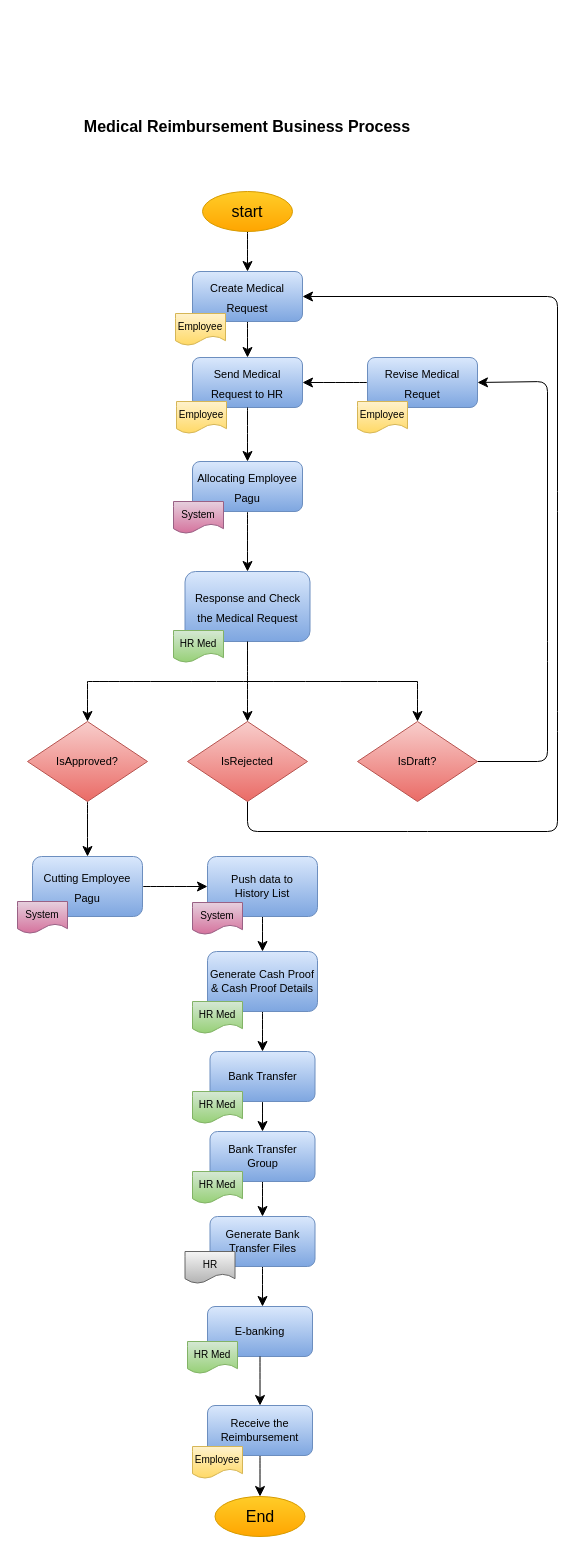
The draw.io diagram Medical Reimbursement.drawio in jezreelkosasih/diagram, before the edit. Source tidied: cells renumbered, new cells numbered last; positions are measured from the earlier drawing's top-left corner, leaving out a move shared by most shapes. Both pictures are drawn from the tidied source at 100%, with x=0, y=0 at pixel (17, 111).
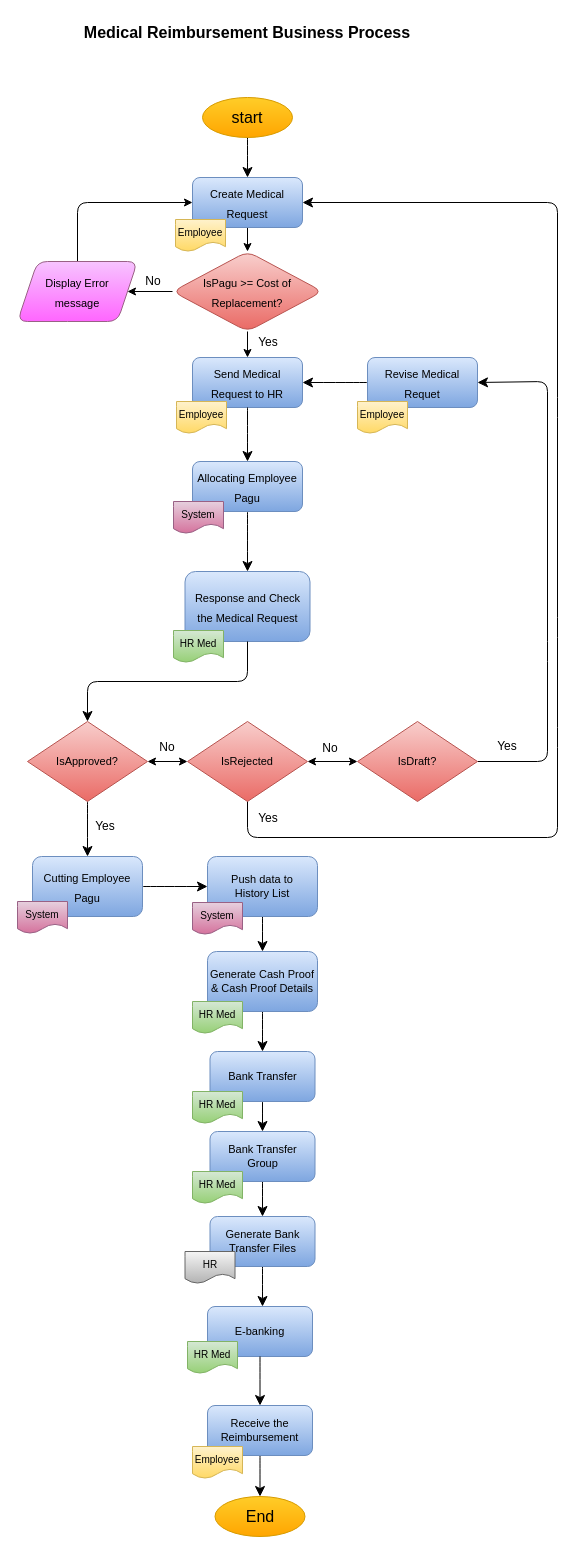
The same page after the edit.

Unchanged cells that the change refers to:
```xml
<mxCell id="9" value="&lt;font style=&quot;font-size: 11px;&quot;&gt;Send Medical Request to HR&lt;/font&gt;" style="rounded=1;whiteSpace=wrap;html=1;fontSize=16;fillColor=#dae8fc;gradientColor=#7ea6e0;strokeColor=#6c8ebf;" parent="1" vertex="1">
  <mxGeometry x="175" y="246" width="110" height="50" as="geometry" />
</mxCell>
<mxCell id="11" value="&lt;span style=&quot;font-size: 11px;&quot;&gt;Response and Check the Medical Request&lt;/span&gt;" style="rounded=1;whiteSpace=wrap;html=1;fontSize=16;fillColor=#dae8fc;gradientColor=#7ea6e0;strokeColor=#6c8ebf;" parent="1" vertex="1">
  <mxGeometry x="167.5" y="460" width="125" height="70" as="geometry" />
</mxCell>
<mxCell id="14" value="IsApproved?" style="rhombus;whiteSpace=wrap;html=1;fontSize=11;fillColor=#f8cecc;gradientColor=#ea6b66;strokeColor=#b85450;" parent="1" vertex="1">
  <mxGeometry x="10" y="610" width="120" height="80" as="geometry" />
</mxCell>
<mxCell id="16" value="IsRejected" style="rhombus;whiteSpace=wrap;html=1;fontSize=11;fillColor=#f8cecc;gradientColor=#ea6b66;strokeColor=#b85450;" parent="1" vertex="1">
  <mxGeometry x="170" y="610" width="120" height="80" as="geometry" />
</mxCell>
<mxCell id="18" value="IsDraft?" style="rhombus;whiteSpace=wrap;html=1;fontSize=11;fillColor=#f8cecc;gradientColor=#ea6b66;strokeColor=#b85450;" parent="1" vertex="1">
  <mxGeometry x="340" y="610" width="120" height="80" as="geometry" />
</mxCell>
```

What changed in the source:
```diff
@@
     <mxCell id="2" style="edgeStyle=none;curved=1;rounded=0;jettySize=auto;html=1;entryX=0.5;entryY=0;entryDx=0;entryDy=0;fontSize=12;startSize=8;endSize=8;" parent="1" edge="1" source="3">
       <mxGeometry relative="1" as="geometry">
-        <mxPoint x="230" y="160" as="targetPoint" />
+        <mxPoint x="230" y="66" as="targetPoint" />
       </mxGeometry>
     </mxCell>
     <mxCell id="3" value="start" style="ellipse;whiteSpace=wrap;html=1;fontSize=16;fillColor=#ffcd28;gradientColor=#ffa500;strokeColor=#d79b00;" parent="1" vertex="1">
-      <mxGeometry x="185" y="80" width="90" height="40" as="geometry" />
+      <mxGeometry x="185" y="-14" width="90" height="40" as="geometry" />
     </mxCell>
     <mxCell id="4" value="Medical Reimbursement Business Process" style="text;html=1;strokeColor=none;fillColor=none;align=center;verticalAlign=middle;whiteSpace=wrap;rounded=0;fontSize=16;fontStyle=1;" parent="1" vertex="1">
-      <mxGeometry x="65" width="330" height="30" as="geometry" />
+      <mxGeometry x="65" y="-94" width="330" height="30" as="geometry" />
     </mxCell>
-    <mxCell id="5" style="edgeStyle=none;curved=1;rounded=0;jettySize=auto;html=1;entryX=0.5;entryY=0;entryDx=0;entryDy=0;fontSize=12;startSize=8;endSize=8;" parent="1" edge="1" source="6" target="9">
-      <mxGeometry relative="1" as="geometry" />
-    </mxCell>
+    <mxCell id="55" style="edgeStyle=orthogonalEdgeStyle;rounded=0;jettySize=auto;html=1;" parent="1" edge="1" source="6" target="65">
+      <mxGeometry relative="1" as="geometry" />
+    </mxCell>
     <mxCell id="6" value="&lt;font style=&quot;font-size: 11px;&quot;&gt;Create Medical Request&lt;/font&gt;" style="rounded=1;whiteSpace=wrap;html=1;fontSize=16;fillColor=#dae8fc;gradientColor=#7ea6e0;strokeColor=#6c8ebf;" parent="1" vertex="1">
-      <mxGeometry x="175" y="160" width="110" height="50" as="geometry" />
+      <mxGeometry x="175" y="66" width="110" height="50" as="geometry" />
     </mxCell>
     <mxCell id="7" value="&lt;font size=&quot;1&quot;&gt;Employee&lt;/font&gt;" style="shape=document;whiteSpace=wrap;html=1;boundedLbl=1;fontSize=16;fillColor=#fff2cc;gradientColor=#ffd966;strokeColor=#d6b656;" parent="1" vertex="1">
-      <mxGeometry x="158" y="202" width="50" height="32" as="geometry" />
+      <mxGeometry x="158" y="108" width="50" height="32" as="geometry" />
     </mxCell>
@@
+    <mxCell id="56" style="edgeStyle=orthogonalEdgeStyle;rounded=0;jettySize=auto;html=1;startArrow=classic;startFill=1;" parent="1" edge="1" source="14" target="16">
+      <mxGeometry relative="1" as="geometry" />
+    </mxCell>
@@
     <mxCell id="15" style="edgeStyle=none;rounded=1;jettySize=auto;html=1;entryX=1;entryY=0.5;entryDx=0;entryDy=0;fontSize=12;startSize=8;endSize=8;" parent="1" edge="1" source="16" target="6">
       <mxGeometry relative="1" as="geometry">
         <Array as="points">
-          <mxPoint x="230" y="610" />
-          <mxPoint x="230" y="720" />
-          <mxPoint x="400" y="720" />
-          <mxPoint x="540" y="720" />
-          <mxPoint x="540" y="610" />
-          <mxPoint x="540" y="390" />
-          <mxPoint x="540" y="185" />
+          <mxPoint x="230" y="686" />
+          <mxPoint x="230" y="626" />
+          <mxPoint x="230" y="726" />
+          <mxPoint x="540" y="726" />
+          <mxPoint x="540" y="626" />
+          <mxPoint x="540" y="516" />
+          <mxPoint x="540" y="296" />
+          <mxPoint x="540" y="91" />
         </Array>
       </mxGeometry>
     </mxCell>
+    <mxCell id="57" style="edgeStyle=orthogonalEdgeStyle;rounded=0;jettySize=auto;html=1;startArrow=classic;startFill=1;" parent="1" edge="1" source="16" target="18">
+      <mxGeometry relative="1" as="geometry" />
+    </mxCell>
@@
-    <mxCell id="19" style="endArrow=none;html=1;rounded=0;fontSize=12;startSize=8;endSize=8;curved=1;" parent="1" edge="1">
-      <mxGeometry relative="1" as="geometry">
-        <mxPoint x="70" y="570" as="sourcePoint" />
-        <mxPoint x="400" y="570" as="targetPoint" />
-      </mxGeometry>
-    </mxCell>
-    <mxCell id="20" style="endArrow=none;html=1;rounded=0;fontSize=12;startSize=8;endSize=8;curved=1;entryX=0.5;entryY=1;entryDx=0;entryDy=0;" parent="1" edge="1" target="11">
-      <mxGeometry relative="1" as="geometry">
-        <mxPoint x="230" y="570" as="sourcePoint" />
-      </mxGeometry>
-    </mxCell>
-    <mxCell id="21" style="endArrow=classic;html=1;rounded=0;fontSize=12;startSize=8;endSize=8;curved=1;entryX=0.5;entryY=0;entryDx=0;entryDy=0;" parent="1" edge="1" target="14">
-      <mxGeometry relative="1" as="geometry">
-        <mxPoint x="70" y="570" as="sourcePoint" />
-      </mxGeometry>
-    </mxCell>
-    <mxCell id="22" style="endArrow=classic;html=1;rounded=0;fontSize=12;startSize=8;endSize=8;curved=1;entryX=0.5;entryY=0;entryDx=0;entryDy=0;" parent="1" edge="1" target="16">
+    <mxCell id="22" style="endArrow=classic;html=1;rounded=1;fontSize=12;startSize=8;endSize=8;entryX=0.5;entryY=0;entryDx=0;entryDy=0;exitX=0.5;exitY=1;exitDx=0;exitDy=0;" parent="1" edge="1" source="11" target="14">
       <mxGeometry relative="1" as="geometry">
-        <mxPoint x="230" y="570" as="sourcePoint" />
+        <Array as="points">
+          <mxPoint x="230" y="570" />
+          <mxPoint x="70" y="570" />
+        </Array>
       </mxGeometry>
     </mxCell>
-    <mxCell id="23" style="endArrow=classic;html=1;rounded=0;fontSize=12;startSize=8;endSize=8;curved=1;entryX=0.5;entryY=0;entryDx=0;entryDy=0;" parent="1" edge="1" target="18">
-      <mxGeometry relative="1" as="geometry">
-        <mxPoint x="400" y="570" as="sourcePoint" />
-      </mxGeometry>
-    </mxCell>
@@
+    <mxCell id="58" value="No" style="text;html=1;strokeColor=none;fillColor=none;align=center;verticalAlign=middle;whiteSpace=wrap;rounded=0;" parent="1" vertex="1">
+      <mxGeometry x="120" y="621" width="60" height="30" as="geometry" />
+    </mxCell>
+    <mxCell id="59" value="No" style="text;html=1;strokeColor=none;fillColor=none;align=center;verticalAlign=middle;whiteSpace=wrap;rounded=0;" parent="1" vertex="1">
+      <mxGeometry x="283" y="622" width="60" height="30" as="geometry" />
+    </mxCell>
+    <mxCell id="60" value="Yes" style="text;html=1;strokeColor=none;fillColor=none;align=center;verticalAlign=middle;whiteSpace=wrap;rounded=0;" parent="1" vertex="1">
+      <mxGeometry x="58" y="700" width="60" height="30" as="geometry" />
+    </mxCell>
+    <mxCell id="61" value="Yes" style="text;html=1;strokeColor=none;fillColor=none;align=center;verticalAlign=middle;whiteSpace=wrap;rounded=0;" parent="1" vertex="1">
+      <mxGeometry x="221" y="692" width="60" height="30" as="geometry" />
+    </mxCell>
+    <mxCell id="62" value="Yes" style="text;html=1;strokeColor=none;fillColor=none;align=center;verticalAlign=middle;whiteSpace=wrap;rounded=0;" parent="1" vertex="1">
+      <mxGeometry x="460" y="620" width="60" height="30" as="geometry" />
+    </mxCell>
+    <mxCell id="63" style="edgeStyle=orthogonalEdgeStyle;rounded=0;jettySize=auto;html=1;entryX=0.5;entryY=0;entryDx=0;entryDy=0;" parent="1" edge="1" source="65" target="9">
+      <mxGeometry relative="1" as="geometry" />
+    </mxCell>
+    <mxCell id="64" style="edgeStyle=orthogonalEdgeStyle;rounded=0;jettySize=auto;html=1;" parent="1" edge="1" source="65" target="68">
+      <mxGeometry relative="1" as="geometry" />
+    </mxCell>
+    <mxCell id="65" value="&lt;font style=&quot;font-size: 11px;&quot;&gt;IsPagu &amp;gt;= Cost of Replacement?&lt;/font&gt;" style="rhombus;whiteSpace=wrap;html=1;fontSize=16;fillColor=#f8cecc;strokeColor=#b85450;rounded=1;gradientColor=#ea6b66;" parent="1" vertex="1">
+      <mxGeometry x="155" y="140" width="150" height="80" as="geometry" />
+    </mxCell>
+    <mxCell id="66" value="Yes" style="text;html=1;strokeColor=none;fillColor=none;align=center;verticalAlign=middle;whiteSpace=wrap;rounded=0;" parent="1" vertex="1">
+      <mxGeometry x="221" y="216" width="60" height="30" as="geometry" />
+    </mxCell>
+    <mxCell id="67" style="edgeStyle=orthogonalEdgeStyle;rounded=1;jettySize=auto;html=1;entryX=0;entryY=0.5;entryDx=0;entryDy=0;" parent="1" edge="1" source="68" target="6">
+      <mxGeometry relative="1" as="geometry">
+        <Array as="points">
+          <mxPoint x="60" y="91" />
+        </Array>
+      </mxGeometry>
+    </mxCell>
+    <mxCell id="68" value="&lt;font style=&quot;font-size: 11px;&quot;&gt;Display Error &lt;br&gt;message&lt;/font&gt;" style="shape=parallelogram;perimeter=parallelogramPerimeter;whiteSpace=wrap;html=1;fixedSize=1;fontSize=16;rounded=1;fillColor=#F7C4FF;gradientColor=#FF66FF;strokeColor=#996185;" parent="1" vertex="1">
+      <mxGeometry y="150" width="120" height="60" as="geometry" />
+    </mxCell>
+    <mxCell id="69" value="No" style="text;html=1;strokeColor=none;fillColor=none;align=center;verticalAlign=middle;whiteSpace=wrap;rounded=0;" parent="1" vertex="1">
+      <mxGeometry x="106" y="155" width="60" height="30" as="geometry" />
+    </mxCell>
```
